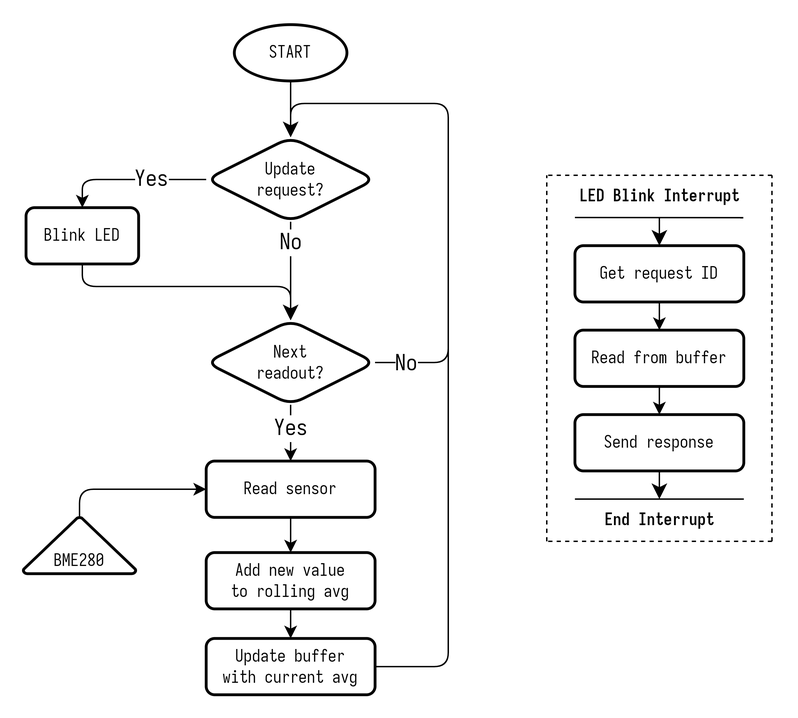
utbrott/lora-psn keeps this draw.io diagram as images/SLAVE-loop-flowchart.png. Above is the earlier version. Source tidied: cells renumbered, new cells last; positions are measured from the earlier drawing's top-left corner, leaving out a move shared by most shapes.
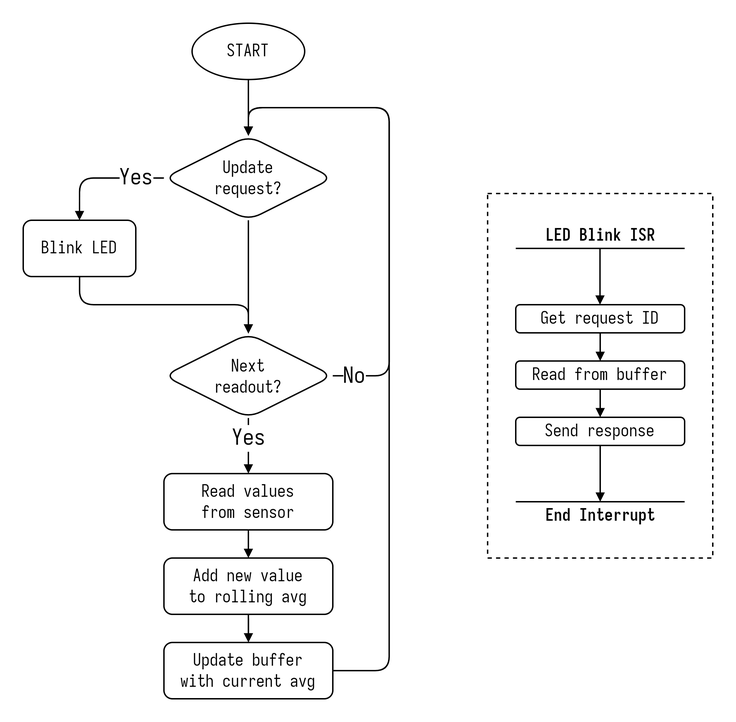
The same diagram one commit later.

What changed in the source:
```diff
@@ -1,172 +1,140 @@
 <mxGraphModel>
   <root>
-    <mxCell id="0" />
-    <mxCell id="1" parent="0" />
+    <mxCell id="41" />
+    <mxCell id="42" parent="41" />
+    <mxCell id="12" style="edgeStyle=orthogonalEdgeStyle;rounded=1;jettySize=auto;html=1;entryX=0.5;entryY=0;entryDx=0;entryDy=0;fontSize=12;startSize=8;endSize=4;endArrow=block;endFill=1;fontFamily=Iosevka;" parent="42" edge="1" source="2" target="4">
+      <mxGeometry relative="1" as="geometry">
+        <Array as="points">
+          <mxPoint x="73" y="114" />
+        </Array>
+      </mxGeometry>
+    </mxCell>
+    <mxCell id="43" value="Yes" style="edgeLabel;html=1;align=center;verticalAlign=middle;fontSize=16;fontFamily=Iosevka;" parent="12" vertex="1">
+      <mxGeometry x="-0.57" y="-1" relative="1" as="geometry">
+        <mxPoint x="-1" y="1" as="offset" />
+      </mxGeometry>
+    </mxCell>
+    <mxCell id="10" style="edgeStyle=none;curved=1;rounded=0;jettySize=auto;html=1;fontSize=12;startSize=8;endSize=4;endArrow=block;endFill=1;fontFamily=Iosevka;" parent="42" edge="1" source="2" target="7">
+      <mxGeometry relative="1" as="geometry" />
+    </mxCell>
-    <mxCell id="2" value="Update&lt;br&gt;request?" style="rhombus;whiteSpace=wrap;html=1;fontFamily=Iosevka;fontSize=12;strokeWidth=2;rounded=1;" parent="1" vertex="1">
-      <mxGeometry x="130" y="80" width="120" height="60" as="geometry" />
+    <mxCell id="2" value="Update&lt;br&gt;request?" style="rhombus;whiteSpace=wrap;html=1;fontFamily=Iosevka;fontSize=12;strokeWidth=1;rounded=1;" parent="42" vertex="1">
+      <mxGeometry x="133" y="84" width="120" height="60" as="geometry" />
     </mxCell>
-    <mxCell id="3" style="edgeStyle=none;rounded=1;jettySize=auto;html=1;fontSize=12;startSize=8;endSize=8;exitX=0.5;exitY=1;exitDx=0;exitDy=0;entryX=0.5;entryY=0;entryDx=0;entryDy=0;" parent="1" edge="1" source="4" target="7">
+    <mxCell id="3" style="edgeStyle=orthogonalEdgeStyle;rounded=1;jettySize=auto;html=1;entryX=0.5;entryY=0;entryDx=0;entryDy=0;fontSize=12;startSize=8;endSize=4;endArrow=block;endFill=1;fontFamily=Iosevka;" parent="42" edge="1" source="4" target="7">
       <mxGeometry relative="1" as="geometry">
         <Array as="points">
-          <mxPoint x="42" y="186" />
-          <mxPoint x="190" y="186" />
+          <mxPoint x="73" y="204" />
+          <mxPoint x="193" y="204" />
         </Array>
       </mxGeometry>
     </mxCell>
-    <mxCell id="4" value="Blink LED" style="rounded=1;whiteSpace=wrap;html=1;fontSize=12;glass=0;strokeWidth=2;shadow=0;fontFamily=Iosevka;" parent="1" vertex="1">
-      <mxGeometry x="2" y="130" width="80" height="40" as="geometry" />
+    <mxCell id="4" value="Blink LED" style="rounded=1;whiteSpace=wrap;html=1;fontSize=12;glass=0;strokeWidth=1;shadow=0;fontFamily=Iosevka;" parent="42" vertex="1">
+      <mxGeometry x="33" y="144" width="80" height="40" as="geometry" />
     </mxCell>
-    <mxCell id="5" style="edgeStyle=none;rounded=1;jettySize=auto;html=1;exitX=1;exitY=0.5;exitDx=0;exitDy=0;fontSize=12;startSize=8;endSize=8;entryX=0.5;entryY=0;entryDx=0;entryDy=0;" parent="1" edge="1" source="7" target="2">
+    <mxCell id="5" style="edgeStyle=orthogonalEdgeStyle;rounded=1;jettySize=auto;html=1;entryX=0.5;entryY=0;entryDx=0;entryDy=0;fontSize=12;startSize=8;endSize=4;endArrow=block;endFill=1;fontFamily=Iosevka;" parent="42" edge="1" source="7" target="2">
       <mxGeometry relative="1" as="geometry">
         <Array as="points">
-          <mxPoint x="302" y="240" />
-          <mxPoint x="302" y="56" />
-          <mxPoint x="190" y="56" />
+          <mxPoint x="293" y="255" />
+          <mxPoint x="293" y="64" />
+          <mxPoint x="193" y="64" />
         </Array>
       </mxGeometry>
     </mxCell>
-    <mxCell id="6" value="No" style="edgeLabel;html=1;align=center;verticalAlign=middle;fontSize=16;fontFamily=Iosevka;rounded=1;" parent="5" vertex="1">
-      <mxGeometry x="-0.35" relative="1" as="geometry">
-        <mxPoint x="-30" y="69" as="offset" />
-      </mxGeometry>
-    </mxCell>
+    <mxCell id="44" value="No" style="edgeLabel;html=1;align=center;verticalAlign=middle;fontSize=16;fontFamily=Iosevka;" parent="5" vertex="1">
+      <mxGeometry x="-0.92" y="-2" relative="1" as="geometry">
+        <mxPoint x="2" y="-2" as="offset" />
+      </mxGeometry>
+    </mxCell>
+    <mxCell id="45" style="edgeStyle=none;rounded=1;jettySize=auto;html=1;fontSize=12;startSize=8;endSize=4;endArrow=block;endFill=1;fontFamily=Iosevka;" parent="42" edge="1" source="7" target="48">
+      <mxGeometry relative="1" as="geometry" />
+    </mxCell>
+    <mxCell id="46" value="Yes" style="edgeLabel;html=1;align=center;verticalAlign=middle;fontSize=16;fontFamily=Iosevka;" parent="45" vertex="1">
+      <mxGeometry x="-0.44" y="-1" relative="1" as="geometry">
+        <mxPoint x="1" y="3" as="offset" />
+      </mxGeometry>
+    </mxCell>
-    <mxCell id="7" value="Next&lt;br&gt;readout?" style="rhombus;whiteSpace=wrap;html=1;fontFamily=Iosevka;fontSize=12;strokeWidth=2;rounded=1;" parent="1" vertex="1">
-      <mxGeometry x="130" y="210" width="120" height="60" as="geometry" />
+    <mxCell id="7" value="Next&lt;br&gt;readout?" style="rhombus;whiteSpace=wrap;html=1;fontFamily=Iosevka;fontSize=12;strokeWidth=1;rounded=1;" parent="42" vertex="1">
+      <mxGeometry x="133" y="224.5" width="120" height="60" as="geometry" />
     </mxCell>
-    <mxCell id="8" style="edgeStyle=orthogonalEdgeStyle;rounded=1;jettySize=auto;html=1;exitX=0.5;exitY=1;exitDx=0;exitDy=0;" parent="1" edge="1" source="9" target="21">
+    <mxCell id="8" style="edgeStyle=orthogonalEdgeStyle;rounded=1;jettySize=auto;html=1;exitX=0.5;exitY=1;exitDx=0;exitDy=0;endSize=4;startSize=8;endArrow=block;endFill=1;fontFamily=Iosevka;" parent="42" edge="1" source="9" target="21">
       <mxGeometry relative="1" as="geometry" />
     </mxCell>
-    <mxCell id="9" value="Add new value&lt;br&gt;to rolling avg" style="rounded=1;whiteSpace=wrap;html=1;fontSize=12;glass=0;strokeWidth=2;shadow=0;fontFamily=Iosevka;" parent="1" vertex="1">
-      <mxGeometry x="130" y="375" width="120" height="40" as="geometry" />
+    <mxCell id="9" value="Add new value&lt;br&gt;to rolling avg" style="rounded=1;whiteSpace=wrap;html=1;fontSize=12;glass=0;strokeWidth=1;shadow=0;fontFamily=Iosevka;" parent="42" vertex="1">
+      <mxGeometry x="133" y="384" width="120" height="40" as="geometry" />
     </mxCell>
-    <mxCell id="10" style="endArrow=classic;html=1;rounded=1;fontFamily=Iosevka;exitX=0.5;exitY=1;exitDx=0;exitDy=0;strokeWidth=1;" parent="1" edge="1" source="2" target="7">
-      <mxGeometry relative="1" as="geometry" />
-    </mxCell>
-    <mxCell id="11" value="No" style="edgeLabel;html=1;align=center;verticalAlign=middle;fontFamily=Iosevka;fontSize=16;rounded=1;" parent="10" vertex="1">
-      <mxGeometry relative="1" as="geometry">
-        <mxPoint y="-20" as="offset" />
-      </mxGeometry>
-    </mxCell>
-    <mxCell id="12" style="endArrow=classic;html=1;rounded=1;exitX=0;exitY=0.5;exitDx=0;exitDy=0;entryX=0.5;entryY=0;entryDx=0;entryDy=0;strokeWidth=1;" parent="1" edge="1" source="2" target="4">
-      <mxGeometry relative="1" as="geometry">
-        <Array as="points">
-          <mxPoint x="42" y="110" />
-        </Array>
-      </mxGeometry>
-    </mxCell>
-    <mxCell id="13" value="Yes" style="edgeLabel;html=1;align=center;verticalAlign=middle;fontFamily=Iosevka;fontSize=16;rounded=1;" parent="12" vertex="1">
-      <mxGeometry relative="1" as="geometry">
-        <mxPoint x="15" as="offset" />
-      </mxGeometry>
-    </mxCell>
-    <mxCell id="14" style="edgeStyle=orthogonalEdgeStyle;rounded=1;jettySize=auto;html=1;exitX=0.5;exitY=0;exitDx=0;exitDy=0;exitPerimeter=0;fontSize=12;strokeWidth=1;" parent="1" edge="1" source="15" target="19">
-      <mxGeometry relative="1" as="geometry">
-        <Array as="points">
-          <mxPoint x="40" y="330" />
-        </Array>
-      </mxGeometry>
-    </mxCell>
-    <mxCell id="15" value="BME280" style="strokeWidth=2;html=1;shape=mxgraph.flowchart.extract_or_measurement;whiteSpace=wrap;verticalAlign=bottom;fontFamily=Iosevka;rounded=1;" parent="1" vertex="1">
-      <mxGeometry y="350" width="80" height="40" as="geometry" />
-    </mxCell>
-    <mxCell id="16" style="endArrow=classic;html=1;rounded=1;fontFamily=Iosevka;strokeWidth=1;exitX=0.5;exitY=1;exitDx=0;exitDy=0;entryX=0.5;entryY=0;entryDx=0;entryDy=0;" parent="1" edge="1" source="7" target="19">
-      <mxGeometry relative="1" as="geometry" />
-    </mxCell>
-    <mxCell id="17" value="Yes" style="edgeLabel;html=1;align=center;verticalAlign=middle;fontFamily=Iosevka;fontSize=16;rounded=1;" parent="16" vertex="1">
-      <mxGeometry relative="1" as="geometry">
-        <mxPoint y="-3" as="offset" />
-      </mxGeometry>
-    </mxCell>
-    <mxCell id="18" style="edgeStyle=orthogonalEdgeStyle;rounded=1;jettySize=auto;html=1;exitX=0.5;exitY=1;exitDx=0;exitDy=0;entryX=0.5;entryY=0;entryDx=0;entryDy=0;" parent="1" edge="1" source="19" target="9">
-      <mxGeometry relative="1" as="geometry" />
-    </mxCell>
-    <mxCell id="19" value="Read sensor" style="rounded=1;whiteSpace=wrap;html=1;fontSize=12;glass=0;strokeWidth=2;shadow=0;fontFamily=Iosevka;" parent="1" vertex="1">
-      <mxGeometry x="130" y="310" width="120" height="40" as="geometry" />
-    </mxCell>
-    <mxCell id="20" style="edgeStyle=none;rounded=1;jettySize=auto;html=1;fontSize=12;startSize=8;endSize=8;endArrow=none;endFill=0;" parent="1" edge="1" source="21">
-      <mxGeometry relative="1" as="geometry">
-        <mxPoint x="302" y="196" as="targetPoint" />
-        <Array as="points">
-          <mxPoint x="302" y="456" />
-        </Array>
-      </mxGeometry>
-    </mxCell>
+    <mxCell id="47" style="edgeStyle=orthogonalEdgeStyle;rounded=1;jettySize=auto;html=1;exitX=0.5;exitY=1;exitDx=0;exitDy=0;entryX=0.5;entryY=0;entryDx=0;entryDy=0;endSize=4;startSize=8;endArrow=block;endFill=1;fontFamily=Iosevka;" parent="42" edge="1" source="48" target="9">
+      <mxGeometry relative="1" as="geometry" />
+    </mxCell>
+    <mxCell id="48" value="Read values&lt;br&gt;from sensor" style="rounded=1;whiteSpace=wrap;html=1;fontSize=12;glass=0;strokeWidth=1;shadow=0;fontFamily=Iosevka;" parent="42" vertex="1">
+      <mxGeometry x="133" y="324" width="120" height="40" as="geometry" />
+    </mxCell>
+    <mxCell id="49" style="edgeStyle=orthogonalEdgeStyle;rounded=1;jettySize=auto;html=1;entryX=0.5;entryY=0;entryDx=0;entryDy=0;fontSize=12;startSize=8;endSize=4;endArrow=block;endFill=1;fontFamily=Iosevka;" parent="42" edge="1" source="21" target="2">
+      <mxGeometry relative="1" as="geometry">
+        <Array as="points">
+          <mxPoint x="293" y="464" />
+          <mxPoint x="293" y="64" />
+          <mxPoint x="193" y="64" />
+        </Array>
+      </mxGeometry>
+    </mxCell>
-    <mxCell id="21" value="Update buffer&lt;br&gt;with current avg" style="rounded=1;whiteSpace=wrap;html=1;fontSize=12;glass=0;strokeWidth=2;shadow=0;fontFamily=Iosevka;" parent="1" vertex="1">
-      <mxGeometry x="130" y="436" width="120" height="40" as="geometry" />
+    <mxCell id="21" value="Update buffer&lt;br&gt;with current avg" style="rounded=1;whiteSpace=wrap;html=1;fontSize=12;glass=0;strokeWidth=1;shadow=0;fontFamily=Iosevka;" parent="42" vertex="1">
+      <mxGeometry x="133" y="444" width="120" height="40" as="geometry" />
     </mxCell>
-    <mxCell id="22" style="edgeStyle=orthogonalEdgeStyle;rounded=1;jettySize=auto;html=1;exitX=0.5;exitY=1;exitDx=0;exitDy=0;exitPerimeter=0;" parent="1" edge="1" source="23" target="2">
+    <mxCell id="22" style="edgeStyle=none;rounded=1;jettySize=auto;html=1;fontSize=12;startSize=8;endSize=4;endArrow=block;endFill=1;fontFamily=Iosevka;" parent="42" edge="1" source="23" target="2">
       <mxGeometry relative="1" as="geometry" />
     </mxCell>
-    <mxCell id="23" value="START" style="strokeWidth=2;html=1;shape=mxgraph.flowchart.start_1;whiteSpace=wrap;fontFamily=Iosevka;rounded=1;" parent="1" vertex="1">
-      <mxGeometry x="150" width="80" height="40" as="geometry" />
+    <mxCell id="23" value="START" style="strokeWidth=1;html=1;shape=mxgraph.flowchart.start_1;whiteSpace=wrap;fontFamily=Iosevka;rounded=1;" parent="42" vertex="1">
+      <mxGeometry x="153" y="4" width="80" height="40" as="geometry" />
     </mxCell>
-    <mxCell id="24" style="group;rounded=1;" parent="1" vertex="1">
-      <mxGeometry x="372" y="107" width="160" height="260" as="geometry" />
-    </mxCell>
+    <mxCell id="50" style="group;" parent="42" vertex="1">
+      <mxGeometry x="363" y="125" width="160" height="259" as="geometry" />
+    </mxCell>
+    <mxCell id="51" style="rounded=0;whiteSpace=wrap;html=1;fontSize=16;fillColor=none;dashed=1;" parent="50" vertex="1">
+      <mxGeometry width="160" height="259" as="geometry" />
+    </mxCell>
-    <mxCell id="25" value="Get request ID" style="rounded=1;whiteSpace=wrap;html=1;fontSize=12;glass=0;strokeWidth=2;shadow=0;fontFamily=Iosevka;" parent="24" vertex="1">
-      <mxGeometry x="20" y="50" width="120" height="40" as="geometry" />
+    <mxCell id="25" value="Get request ID" style="rounded=1;whiteSpace=wrap;html=1;fontSize=12;glass=0;strokeWidth=1;shadow=0;fontFamily=Iosevka;" parent="50" vertex="1">
+      <mxGeometry x="20" y="79" width="120" height="20" as="geometry" />
     </mxCell>
-    <mxCell id="26" value="Read from buffer" style="rounded=1;whiteSpace=wrap;html=1;fontSize=12;glass=0;strokeWidth=2;shadow=0;fontFamily=Iosevka;" parent="24" vertex="1">
-      <mxGeometry x="20" y="110" width="120" height="40" as="geometry" />
+    <mxCell id="26" value="Read from buffer" style="rounded=1;whiteSpace=wrap;html=1;fontSize=12;glass=0;strokeWidth=1;shadow=0;fontFamily=Iosevka;" parent="50" vertex="1">
+      <mxGeometry x="20" y="119" width="120" height="20" as="geometry" />
     </mxCell>
-    <mxCell id="27" style="edgeStyle=orthogonalEdgeStyle;rounded=1;jettySize=auto;html=1;exitX=0.5;exitY=1;exitDx=0;exitDy=0;entryX=0.5;entryY=0;entryDx=0;entryDy=0;" parent="24" edge="1" source="25" target="26">
+    <mxCell id="27" style="edgeStyle=none;curved=1;rounded=0;jettySize=auto;html=1;fontSize=12;startSize=8;endSize=4;endArrow=block;endFill=1;" parent="50" edge="1" source="25" target="26">
       <mxGeometry relative="1" as="geometry" />
     </mxCell>
+    <mxCell id="52" style="edgeStyle=none;rounded=1;jettySize=auto;html=1;fontSize=12;startSize=8;endSize=4;endArrow=block;endFill=1;" parent="50" edge="1" source="28">
+      <mxGeometry relative="1" as="geometry">
+        <mxPoint x="80" y="219" as="targetPoint" />
+      </mxGeometry>
+    </mxCell>
-    <mxCell id="28" value="Send response" style="rounded=1;whiteSpace=wrap;html=1;fontSize=12;glass=0;strokeWidth=2;shadow=0;fontFamily=Iosevka;" parent="24" vertex="1">
-      <mxGeometry x="20" y="170" width="120" height="40" as="geometry" />
+    <mxCell id="28" value="Send response" style="rounded=1;whiteSpace=wrap;html=1;fontSize=12;glass=0;strokeWidth=1;shadow=0;fontFamily=Iosevka;" parent="50" vertex="1">
+      <mxGeometry x="20" y="159" width="120" height="20" as="geometry" />
     </mxCell>
-    <mxCell id="29" style="edgeStyle=orthogonalEdgeStyle;rounded=1;jettySize=auto;html=1;exitX=0.5;exitY=1;exitDx=0;exitDy=0;entryX=0.5;entryY=0;entryDx=0;entryDy=0;" parent="24" edge="1" source="26" target="28">
+    <mxCell id="29" style="edgeStyle=none;curved=1;rounded=0;jettySize=auto;html=1;fontSize=12;startSize=8;endSize=4;endArrow=block;endFill=1;" parent="50" edge="1" source="26" target="28">
       <mxGeometry relative="1" as="geometry" />
     </mxCell>
-    <mxCell id="30" value="LED Blink Interrupt" style="text;html=1;align=center;verticalAlign=middle;points=[];strokeColor=none;fillColor=none;fontSize=12;fontFamily=Iosevka;fontStyle=1;rounded=1;" parent="24" vertex="1">
-      <mxGeometry x="10" width="140" height="30" as="geometry" />
-    </mxCell>
-    <mxCell id="31" style="endArrow=none;html=1;rounded=1;fontSize=12;startSize=8;endSize=8;curved=1;entryX=0.926;entryY=1.004;entryDx=0;entryDy=0;entryPerimeter=0;" parent="24" edge="1" target="30">
-      <mxGeometry relative="1" as="geometry">
-        <mxPoint x="20" y="30" as="sourcePoint" />
-      </mxGeometry>
-    </mxCell>
-    <mxCell id="32" style="endArrow=classic;html=1;rounded=1;fontSize=12;startSize=8;endSize=8;curved=1;entryX=0.5;entryY=0;entryDx=0;entryDy=0;" parent="24" edge="1" source="30" target="25">
-      <mxGeometry relative="1" as="geometry" />
-    </mxCell>
-    <mxCell id="33" style="endArrow=none;html=1;rounded=1;fontSize=12;startSize=8;endSize=8;curved=1;" parent="24" edge="1">
-      <mxGeometry relative="1" as="geometry">
-        <mxPoint x="20" y="230" as="sourcePoint" />
-        <mxPoint x="140" y="230" as="targetPoint" />
-      </mxGeometry>
-    </mxCell>
+    <mxCell id="53" value="LED Blink ISR" style="text;html=1;align=center;verticalAlign=middle;strokeColor=none;fillColor=none;fontSize=12;fontFamily=Iosevka;fontStyle=1;rounded=1;strokeWidth=1;" parent="50" vertex="1">
+      <mxGeometry x="30" y="15" width="100" height="30" as="geometry" />
+    </mxCell>
+    <mxCell id="54" style="endArrow=none;html=1;rounded=1;fontSize=12;startSize=8;endSize=8;curved=1;strokeWidth=1;" parent="50" edge="1">
+      <mxGeometry relative="1" as="geometry">
+        <mxPoint x="20" y="39" as="sourcePoint" />
+        <mxPoint x="140" y="39" as="targetPoint" />
+      </mxGeometry>
+    </mxCell>
+    <mxCell id="55" style="endArrow=none;html=1;rounded=1;fontSize=12;startSize=8;endSize=8;curved=1;strokeWidth=1;" parent="50" edge="1">
+      <mxGeometry relative="1" as="geometry">
+        <mxPoint x="20" y="219" as="sourcePoint" />
+        <mxPoint x="140" y="219" as="targetPoint" />
+      </mxGeometry>
+    </mxCell>
-    <mxCell id="34" value="End Interrupt" style="text;html=1;align=center;verticalAlign=middle;points=[];strokeColor=none;fillColor=none;fontSize=12;fontFamily=Iosevka;fontStyle=1;rounded=1;" parent="24" vertex="1">
-      <mxGeometry x="30" y="230" width="100" height="30" as="geometry" />
+    <mxCell id="34" value="End Interrupt" style="text;html=1;align=center;verticalAlign=middle;points=[];strokeColor=none;fillColor=none;fontSize=12;fontFamily=Iosevka;fontStyle=1;rounded=1;strokeWidth=1;" parent="50" vertex="1">
+      <mxGeometry x="30" y="214" width="100" height="30" as="geometry" />
     </mxCell>
-    <mxCell id="35" style="edgeStyle=none;curved=1;rounded=1;jettySize=auto;html=1;exitX=0.5;exitY=1;exitDx=0;exitDy=0;fontSize=12;startSize=8;endSize=8;" parent="24" edge="1" source="28" target="34">
-      <mxGeometry relative="1" as="geometry" />
-    </mxCell>
-    <mxCell id="36" style="group;rounded=1;" parent="24" vertex="1">
-      <mxGeometry width="160" height="260" as="geometry" />
-    </mxCell>
-    <mxCell id="37" style="endArrow=none;dashed=1;html=1;rounded=1;fontSize=12;startSize=8;endSize=8;curved=1;" parent="36" edge="1">
-      <mxGeometry relative="1" as="geometry">
-        <mxPoint y="260" as="sourcePoint" />
-        <mxPoint as="targetPoint" />
-      </mxGeometry>
-    </mxCell>
-    <mxCell id="38" style="endArrow=none;dashed=1;html=1;rounded=1;fontSize=12;startSize=8;endSize=8;curved=1;" parent="36" edge="1">
-      <mxGeometry relative="1" as="geometry">
-        <mxPoint x="160" y="260" as="sourcePoint" />
-        <mxPoint x="160" as="targetPoint" />
-      </mxGeometry>
-    </mxCell>
-    <mxCell id="39" style="endArrow=none;dashed=1;html=1;rounded=1;fontSize=12;startSize=8;endSize=8;curved=1;" parent="36" edge="1">
-      <mxGeometry relative="1" as="geometry">
-        <mxPoint x="160" y="260" as="sourcePoint" />
-        <mxPoint y="260" as="targetPoint" />
-      </mxGeometry>
-    </mxCell>
-    <mxCell id="40" style="endArrow=none;dashed=1;html=1;rounded=1;fontSize=12;startSize=8;endSize=8;curved=1;" parent="36" edge="1">
-      <mxGeometry relative="1" as="geometry">
-        <mxPoint x="160" as="sourcePoint" />
-        <mxPoint as="targetPoint" />
-      </mxGeometry>
-    </mxCell>
+    <mxCell id="56" style="edgeStyle=none;rounded=1;orthogonalLoop=1;jettySize=auto;html=1;fontSize=12;startSize=8;endSize=4;endArrow=block;endFill=1;" parent="50" edge="1">
+      <mxGeometry relative="1" as="geometry">
+        <mxPoint x="79.9" y="39" as="sourcePoint" />
+        <mxPoint x="79.9" y="79" as="targetPoint" />
+      </mxGeometry>
+    </mxCell>
   </root>
 </mxGraphModel>
```
